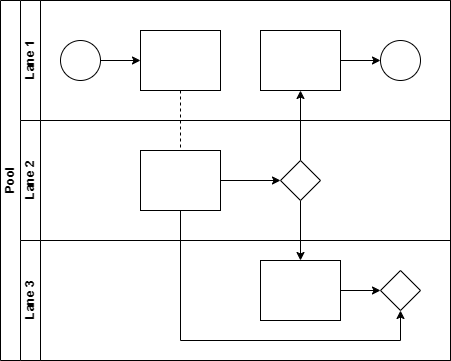
Above: 未命名绘图.drawio.png in leocn3/leocn3.github.io (draw.io), before the change. Source tidied: cells renumbered, new cells last; positions are measured from the earlier drawing's top-left corner, leaving out a move shared by most shapes.
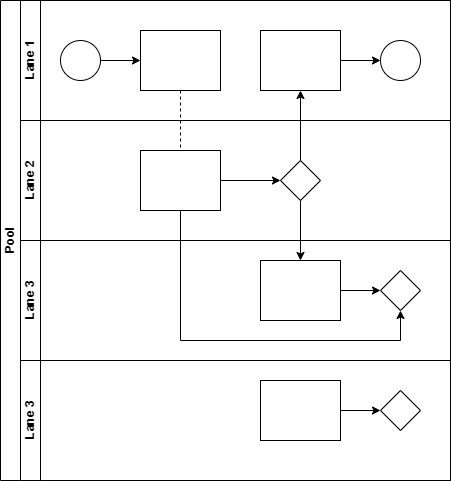
After the change.

Commit message:
更新未命名绘图.drawio.png

Change to the diagram source:
```diff
@@ -3,7 +3,7 @@
     <mxCell id="0" />
     <mxCell id="1" parent="0" />
     <mxCell id="2" value="Pool" style="swimlane;html=1;horizontal=0;startSize=20;" parent="1" vertex="1">
-      <mxGeometry width="450" height="360" as="geometry" />
+      <mxGeometry width="450" height="480" as="geometry" />
     </mxCell>
     <mxCell id="3" style="edgeStyle=orthogonalEdgeStyle;rounded=0;jettySize=auto;html=1;dashed=1;endArrow=none;endFill=0;" parent="2" edge="1" source="10" target="16">
       <mxGeometry relative="1" as="geometry" />
@@ -67,5 +67,17 @@
     <mxCell id="21" style="rhombus;whiteSpace=wrap;html=1;fontFamily=Helvetica;fontSize=12;fontColor=#000000;align=center;" parent="18" vertex="1">
       <mxGeometry x="360" y="30" width="40" height="40" as="geometry" />
     </mxCell>
+    <mxCell id="22" value="Lane 3" style="swimlane;html=1;startSize=20;horizontal=0;" parent="2" vertex="1">
+      <mxGeometry x="20" y="360" width="430" height="120" as="geometry" />
+    </mxCell>
+    <mxCell id="23" style="edgeStyle=orthogonalEdgeStyle;rounded=0;jettySize=auto;html=1;endArrow=classic;endFill=1;" parent="22" edge="1" source="24" target="25">
+      <mxGeometry relative="1" as="geometry" />
+    </mxCell>
+    <mxCell id="24" style="rounded=0;whiteSpace=wrap;html=1;fontFamily=Helvetica;fontSize=12;fontColor=#000000;align=center;" parent="22" vertex="1">
+      <mxGeometry x="240" y="20" width="80" height="60" as="geometry" />
+    </mxCell>
+    <mxCell id="25" style="rhombus;whiteSpace=wrap;html=1;fontFamily=Helvetica;fontSize=12;fontColor=#000000;align=center;" parent="22" vertex="1">
+      <mxGeometry x="360" y="30" width="40" height="40" as="geometry" />
+    </mxCell>
   </root>
 </mxGraphModel>
```
